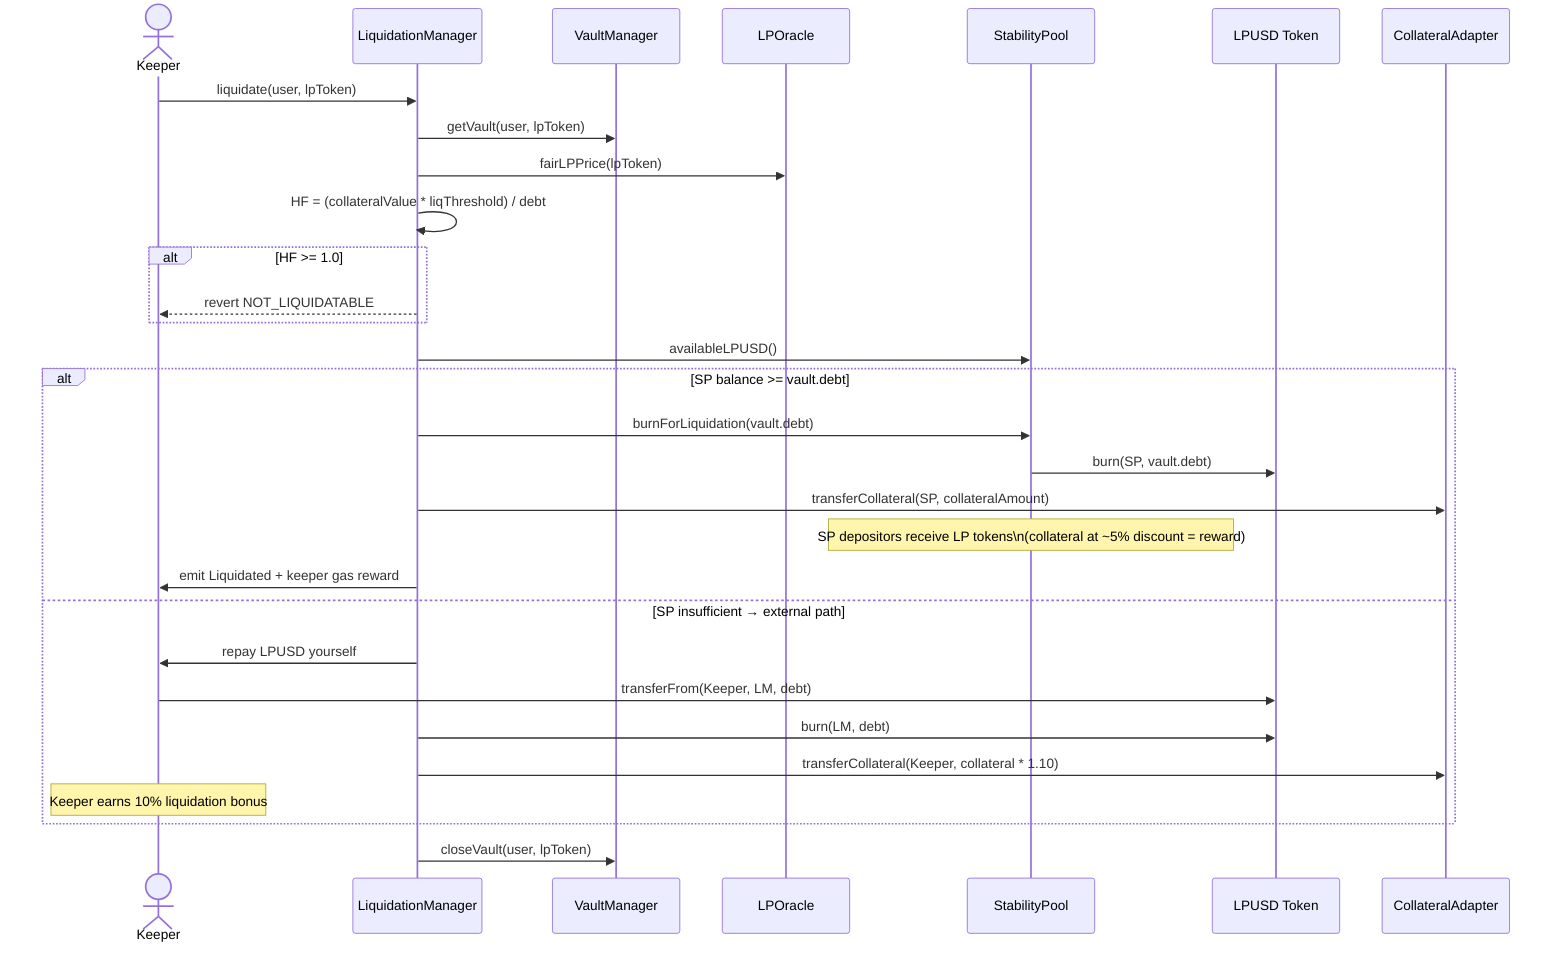
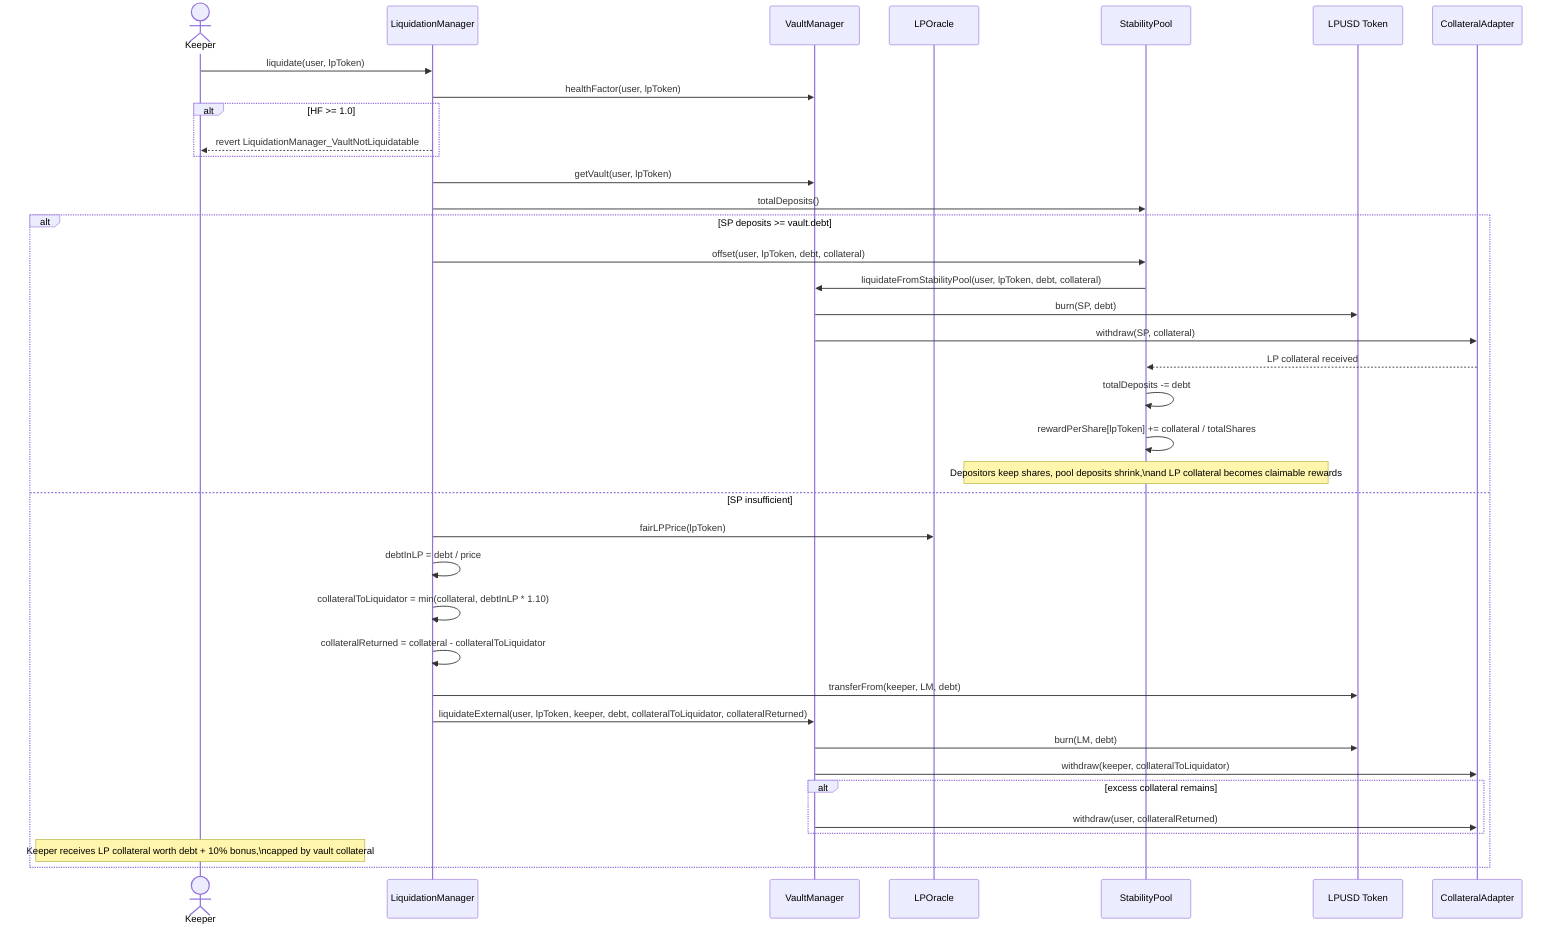
sequenceDiagram
    actor Keeper
    participant LM as LiquidationManager
    participant VM as VaultManager
    participant Oracle as LPOracle
    participant SP as StabilityPool
    participant LPUSD as LPUSD Token
    participant CA as CollateralAdapter

    Keeper->>LM: liquidate(user, lpToken)
+     LM->>VM: healthFactor(user, lpToken)
+     alt HF >= 1.0
+         LM-->>Keeper: revert LiquidationManager_VaultNotLiquidatable
+     end
    LM->>VM: getVault(user, lpToken)
-     LM->>Oracle: fairLPPrice(lpToken)
-     LM->>LM: HF = (collateralValue * liqThreshold) / debt
-     alt HF >= 1.0
-         LM-->>Keeper: revert NOT_LIQUIDATABLE
-     end
-     LM->>SP: availableLPUSD()
-     alt SP balance >= vault.debt
-         LM->>SP: burnForLiquidation(vault.debt)
-         SP->>LPUSD: burn(SP, vault.debt)
-         LM->>CA: transferCollateral(SP, collateralAmount)
-         Note over SP: SP depositors receive LP tokens\n(collateral at ~5% discount = reward)
-         LM->>Keeper: emit Liquidated + keeper gas reward
-     else SP insufficient → external path
-         LM->>Keeper: repay LPUSD yourself
-         Keeper->>LPUSD: transferFrom(Keeper, LM, debt)
-         LM->>LPUSD: burn(LM, debt)
-         LM->>CA: transferCollateral(Keeper, collateral * 1.10)
-         Note over Keeper: Keeper earns 10% liquidation bonus
-     end
-     LM->>VM: closeVault(user, lpToken)+     LM->>SP: totalDeposits()
+     alt SP deposits >= vault.debt
+         LM->>SP: offset(user, lpToken, debt, collateral)
+         SP->>VM: liquidateFromStabilityPool(user, lpToken, debt, collateral)
+         VM->>LPUSD: burn(SP, debt)
+         VM->>CA: withdraw(SP, collateral)
+         CA-->>SP: LP collateral received
+         SP->>SP: totalDeposits -= debt
+         SP->>SP: rewardPerShare[lpToken] += collateral / totalShares
+         Note over SP: Depositors keep shares, pool deposits shrink,\nand LP collateral becomes claimable rewards
+     else SP insufficient
+         LM->>Oracle: fairLPPrice(lpToken)
+         LM->>LM: debtInLP = debt / price
+         LM->>LM: collateralToLiquidator = min(collateral, debtInLP * 1.10)
+         LM->>LM: collateralReturned = collateral - collateralToLiquidator
+         LM->>LPUSD: transferFrom(keeper, LM, debt)
+         LM->>VM: liquidateExternal(user, lpToken, keeper, debt, collateralToLiquidator, collateralReturned)
+         VM->>LPUSD: burn(LM, debt)
+         VM->>CA: withdraw(keeper, collateralToLiquidator)
+         alt excess collateral remains
+             VM->>CA: withdraw(user, collateralReturned)
+         end
+         Note over Keeper: Keeper receives LP collateral worth debt + 10% bonus,\ncapped by vault collateral
+     end